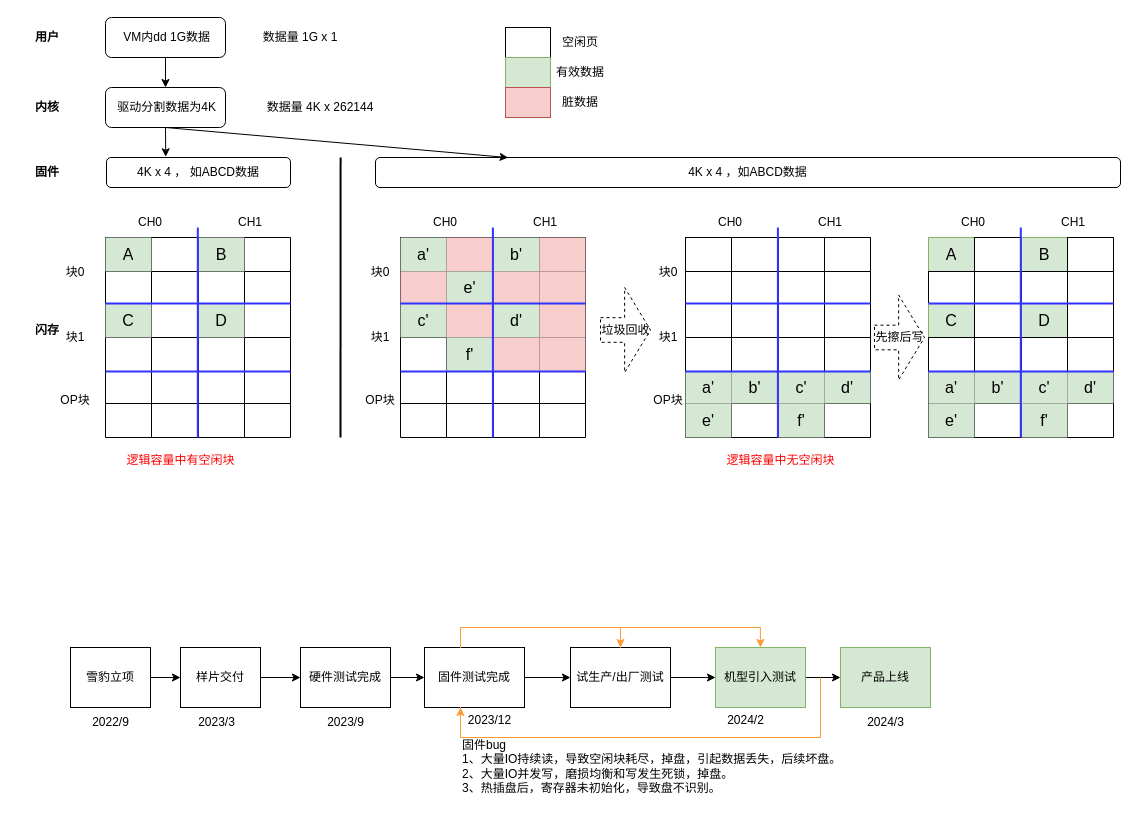
guiyaoer/learn-kvm keeps this draw.io diagram as 未命名绘图.drawio. Above is the earlier version. Source tidied: cells renumbered, new cells numbered last; positions are measured from the earlier drawing's top-left corner, leaving out a move shared by most shapes. Both pictures are drawn from the tidied source at 100%, with x=0, y=0 at pixel (17, 17).
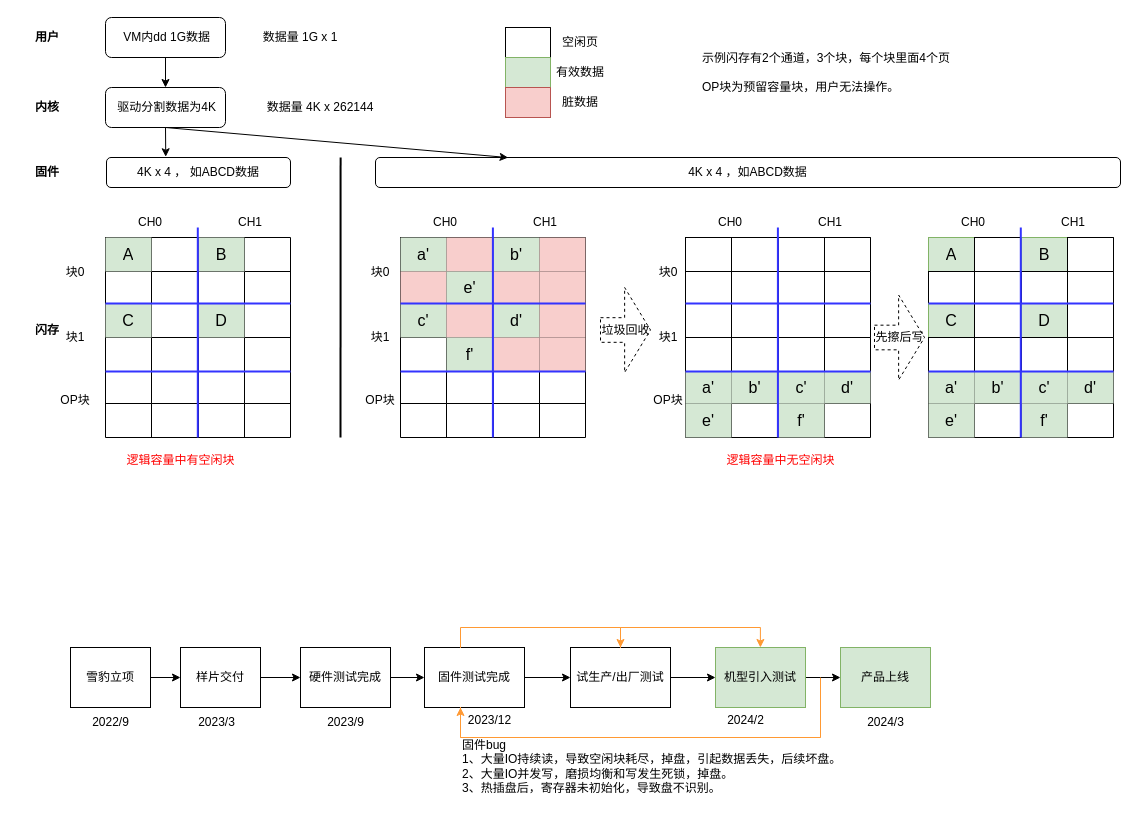
Above is the later version.

Commit message:
更新未命名绘图.drawio

Diff of the diagram source:
```diff
@@
+    <mxCell id="210" value="示例闪存有2个通道，3个块，每个块里面4个页&lt;div&gt;&lt;br&gt;&lt;div&gt;OP块为预留容量块，用户无法操作。&lt;/div&gt;&lt;/div&gt;" style="text;html=1;align=left;verticalAlign=middle;strokeColor=none;fillColor=none;" parent="1" vertex="1">
+      <mxGeometry x="683" y="25" width="270" height="60" as="geometry" />
+    </mxCell>
```
